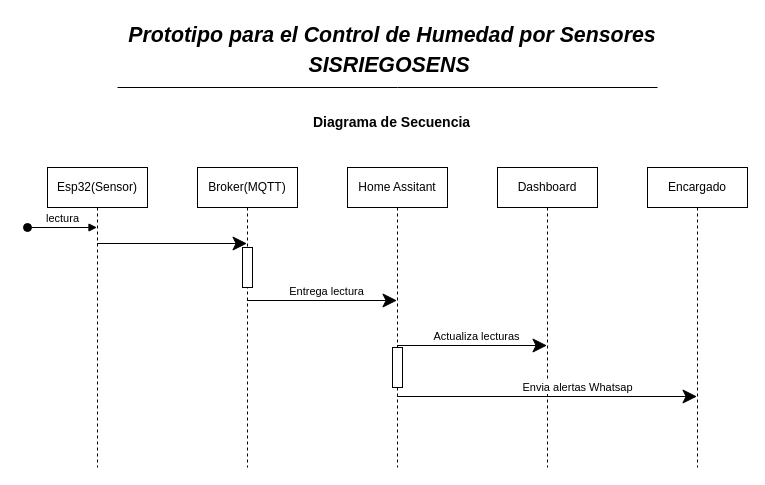
Before: Diagramas/Diagrama de Secuencia.drawio in Gelo9033/Sistema_Riego, a draw.io diagram. Source tidied: cells renumbered, new cells numbered last; positions are measured from the earlier drawing's top-left corner, leaving out a move shared by most shapes. Both pictures are drawn from the tidied source at 100%, with x=0, y=0 at pixel (27, 17).
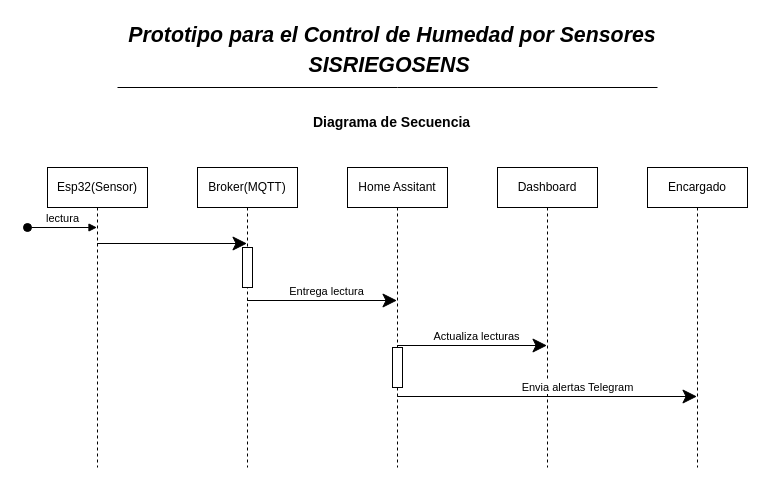
The same diagram, later.

Commit message:
Actualizar secuencia de envio de notificaciones en Telegram

Unchanged cells that the change refers to:
```xml
<mxCell id="16" style="endArrow=classic;endFill=1;endSize=12;html=1;rounded=0;" parent="2" edge="1">
  <mxGeometry relative="1" as="geometry">
    <mxPoint x="369.8" y="229" as="sourcePoint" />
    <mxPoint x="669.5" y="229" as="targetPoint" />
  </mxGeometry>
</mxCell>
```

What changed in the source:
```diff
@@
-    <mxCell id="17" value="Envia alertas Whatsap" style="edgeLabel;html=1;align=center;verticalAlign=middle;" parent="16" vertex="1">
+    <mxCell id="17" value="Envia alertas Telegram" style="edgeLabel;html=1;align=center;verticalAlign=middle;" parent="16" vertex="1">
       <mxGeometry x="0.35" y="2" relative="1" as="geometry">
         <mxPoint x="-22" y="-8" as="offset" />
       </mxGeometry>
     </mxCell>
```
